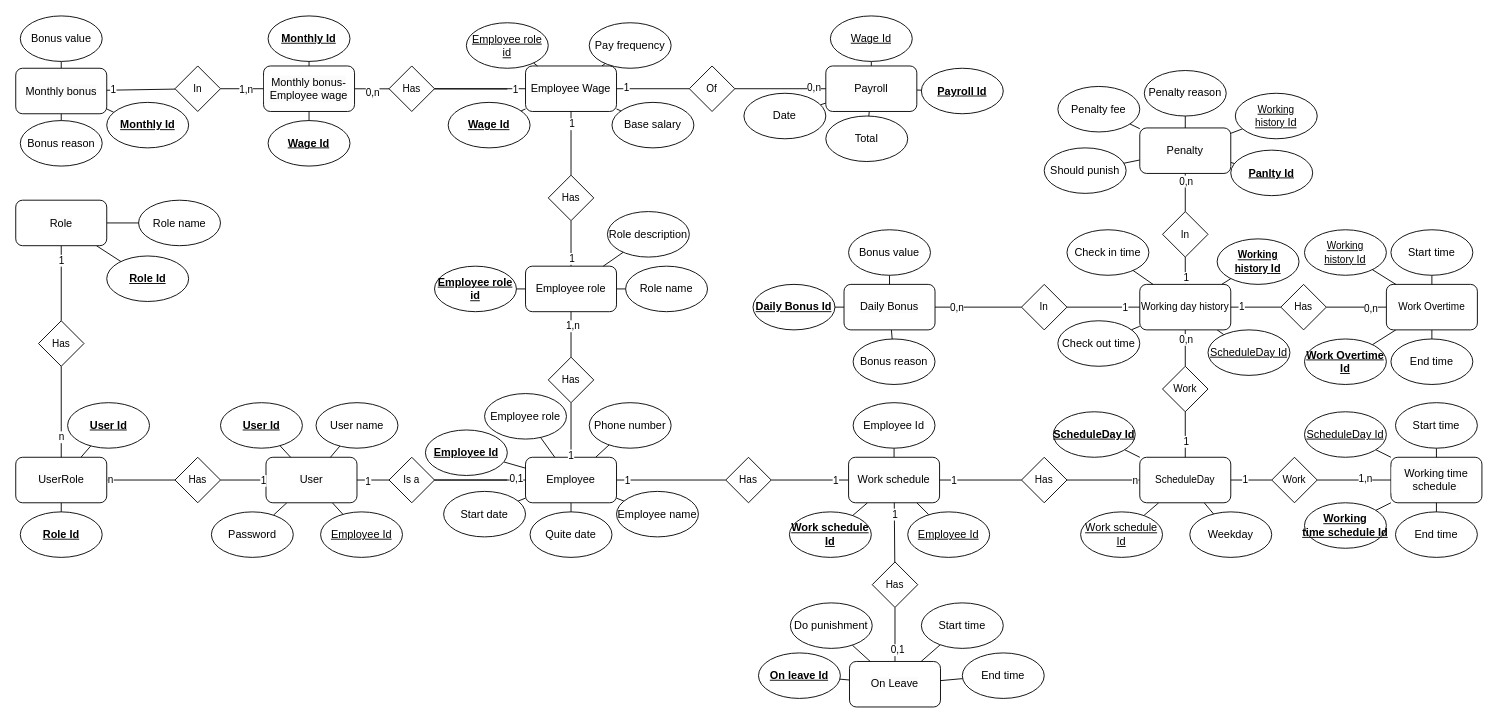
HoangDepTraiBoDoiThe/EmployeeManagement keeps this draw.io diagram as Doc/ER.drawio. Above is the earlier version. Source tidied: cells renumbered, new cells numbered last; positions are measured from the earlier drawing's top-left corner, leaving out a move shared by most shapes. Both pictures are drawn from the tidied source at 91%, with x=0, y=0 at pixel (15, 15).
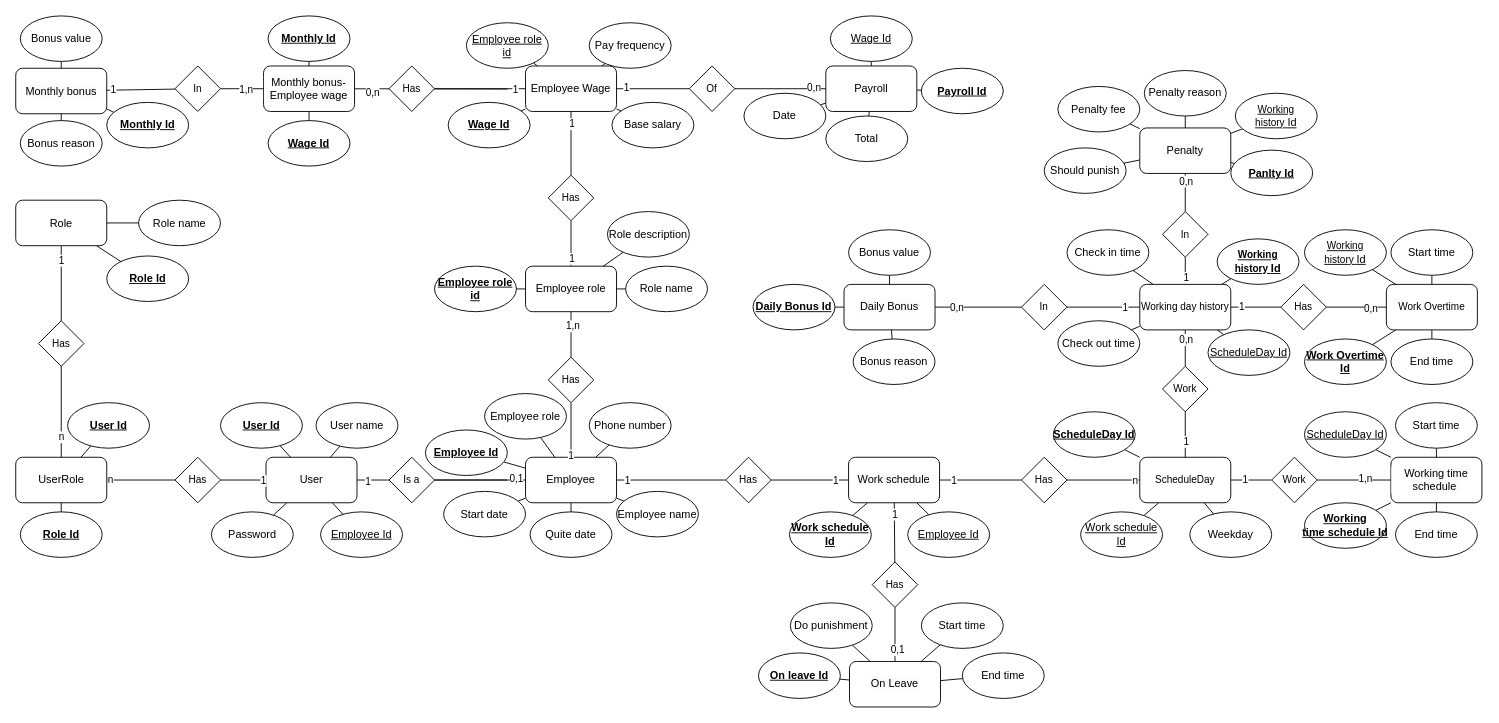
Above is the later version.

Commit message (it also covers changes not shown here):
Add WorkSchedule for employee

The change refers to these unchanged cells:
```xml
<mxCell id="66" value="&lt;span style=&quot;font-size: 12px; background-color: rgb(251, 251, 251);&quot;&gt;Work schedule&lt;/span&gt;" style="rounded=1;whiteSpace=wrap;html=1;fontFamily=Helvetica;fontSize=11;fontColor=default;labelBackgroundColor=default;" parent="1" vertex="1">
  <mxGeometry x="915" y="485" width="100" height="50" as="geometry" />
</mxCell>
```

Change to the diagram source:
```diff
@@
-    <mxCell id="64" style="edgeStyle=none;shape=connector;rounded=0;jettySize=auto;html=1;strokeColor=default;align=center;verticalAlign=middle;fontFamily=Helvetica;fontSize=11;fontColor=default;labelBackgroundColor=default;endArrow=none;endFill=0;" parent="1" edge="1" source="66" target="99">
-      <mxGeometry relative="1" as="geometry" />
-    </mxCell>
@@
-    <mxCell id="99" value="Employee Id" style="ellipse;whiteSpace=wrap;html=1;fontStyle=0;" parent="1" vertex="1">
-      <mxGeometry x="920" y="425" width="90" height="50" as="geometry" />
-    </mxCell>
```
